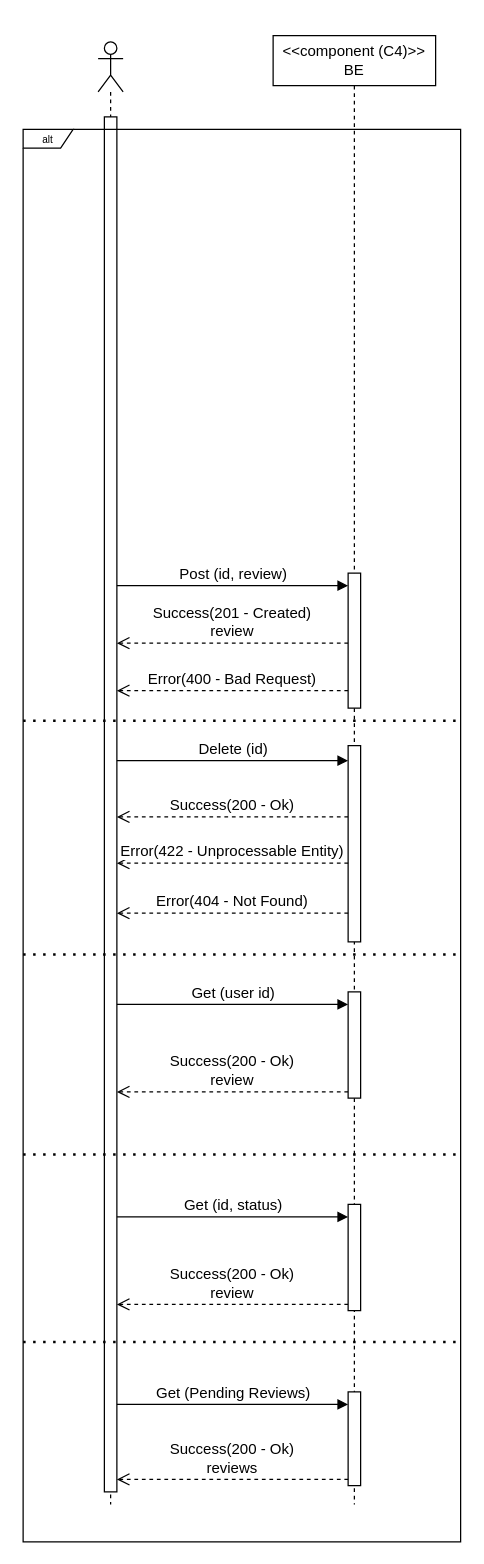
Before: page "Página-16" (16 of 21) of drawio/acme_documentation.drawio in andre34gomes/ARQSOFT, a draw.io diagram. Source tidied: cells renumbered, new cells numbered last; positions are measured from the earlier drawing's top-left corner, leaving out a move shared by most shapes. Both pictures are drawn from the tidied source at 125%, with x=0, y=0 at pixel (22, 35).
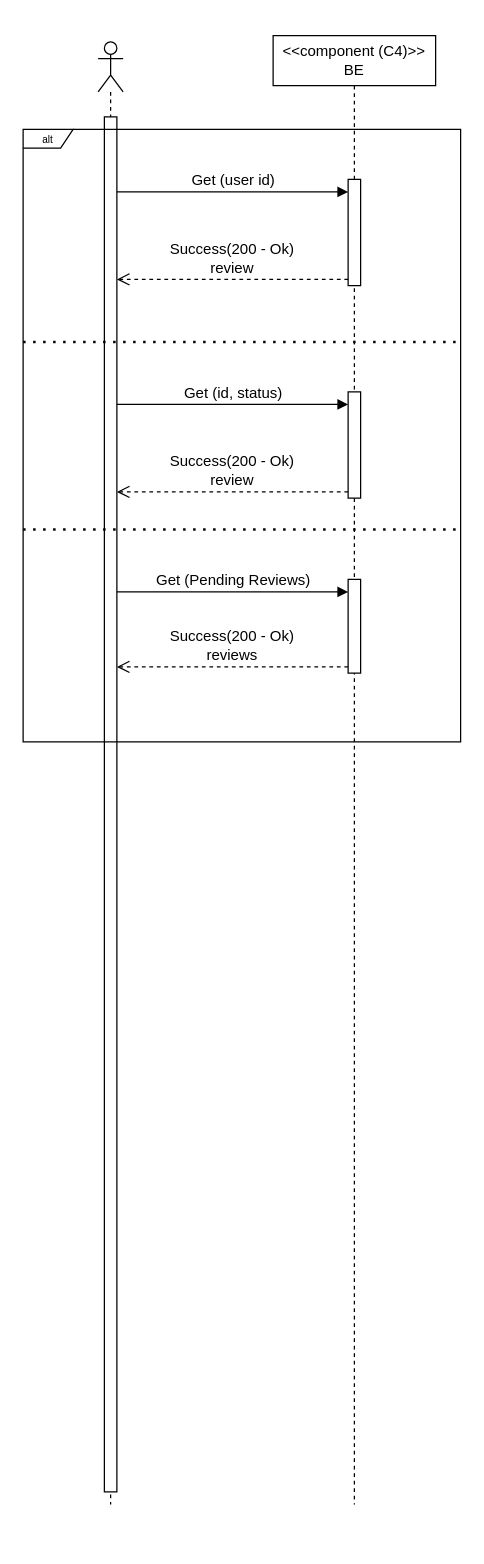
Above is the later version.

Unchanged cells that the change refers to:
```xml
<mxCell id="4" value="&amp;lt;&amp;lt;component (C4)&amp;gt;&amp;gt;&lt;br&gt;BE" style="shape=umlLifeline;perimeter=lifelinePerimeter;whiteSpace=wrap;html=1;newEdgeStyle={&quot;edgeStyle&quot;:&quot;elbowEdgeStyle&quot;,&quot;elbow&quot;:&quot;vertical&quot;,&quot;curved&quot;:0,&quot;rounded&quot;:0};strokeColor=default;align=center;verticalAlign=middle;fontFamily=Helvetica;fontSize=12;fontColor=default;fillColor=default;" parent="1" vertex="1">
  <mxGeometry x="200" width="130" height="1175" as="geometry" />
</mxCell>
```

Diff of the diagram source:
```diff
@@
+    <mxCell id="16" value="alt" style="shape=umlFrame;whiteSpace=wrap;html=1;strokeColor=default;align=center;verticalAlign=middle;fontFamily=Helvetica;fontSize=8;fontColor=default;fillColor=default;width=40;height=15;" parent="1" vertex="1">
+      <mxGeometry y="75" width="350" height="490" as="geometry" />
+    </mxCell>
-    <mxCell id="5" value="Get (user id)" style="html=1;verticalAlign=bottom;endArrow=block;curved=0;rounded=0;fontFamily=Helvetica;fontSize=12;fontColor=default;" parent="4" edge="1">
+    <mxCell id="5" value="Get (user id)" style="html=1;verticalAlign=bottom;endArrow=block;curved=0;rounded=0;fontFamily=Helvetica;fontSize=12;fontColor=default;" parent="1" edge="1">
       <mxGeometry relative="1" as="geometry">
-        <mxPoint x="-125" y="775" as="sourcePoint" />
-        <mxPoint x="60" y="775" as="targetPoint" />
+        <mxPoint x="75" y="125" as="sourcePoint" />
+        <mxPoint x="260" y="125" as="targetPoint" />
       </mxGeometry>
     </mxCell>
-    <mxCell id="6" value="Success(200 - Ok)&lt;br&gt;review" style="html=1;verticalAlign=bottom;endArrow=open;dashed=1;endSize=8;curved=0;rounded=0;fontFamily=Helvetica;fontSize=12;fontColor=default;" parent="4" edge="1">
+    <mxCell id="6" value="Success(200 - Ok)&lt;br&gt;review" style="html=1;verticalAlign=bottom;endArrow=open;dashed=1;endSize=8;curved=0;rounded=0;fontFamily=Helvetica;fontSize=12;fontColor=default;" parent="1" edge="1">
       <mxGeometry relative="1" as="geometry">
-        <mxPoint x="60" y="845" as="sourcePoint" />
-        <mxPoint x="-125" y="845" as="targetPoint" />
+        <mxPoint x="260" y="195" as="sourcePoint" />
+        <mxPoint x="75" y="195" as="targetPoint" />
       </mxGeometry>
     </mxCell>
-    <mxCell id="7" style="html=1;verticalAlign=bottom;endArrow=open;dashed=1;endSize=8;curved=0;rounded=0;fontFamily=Helvetica;fontSize=12;fontColor=default;" parent="4" edge="1" target="8">
+    <mxCell id="7" style="html=1;verticalAlign=bottom;endArrow=open;dashed=1;endSize=8;curved=0;rounded=0;fontFamily=Helvetica;fontSize=12;fontColor=default;" parent="1" edge="1" target="8">
       <mxGeometry relative="1" as="geometry">
-        <mxPoint x="60" y="824" as="sourcePoint" />
+        <mxPoint x="260" y="174" as="sourcePoint" />
       </mxGeometry>
     </mxCell>
-    <mxCell id="8" style="html=1;points=[[0,0,0,0,5],[0,1,0,0,-5],[1,0,0,0,5],[1,1,0,0,-5]];perimeter=orthogonalPerimeter;outlineConnect=0;targetShapes=umlLifeline;portConstraint=eastwest;newEdgeStyle={&quot;curved&quot;:0,&quot;rounded&quot;:0};strokeColor=default;align=center;verticalAlign=middle;fontFamily=Helvetica;fontSize=12;fontColor=default;fillColor=default;" parent="4" vertex="1">
-      <mxGeometry x="60" y="765" width="10" height="85" as="geometry" />
+    <mxCell id="8" style="html=1;points=[[0,0,0,0,5],[0,1,0,0,-5],[1,0,0,0,5],[1,1,0,0,-5]];perimeter=orthogonalPerimeter;outlineConnect=0;targetShapes=umlLifeline;portConstraint=eastwest;newEdgeStyle={&quot;curved&quot;:0,&quot;rounded&quot;:0};strokeColor=default;align=center;verticalAlign=middle;fontFamily=Helvetica;fontSize=12;fontColor=default;fillColor=default;" parent="1" vertex="1">
+      <mxGeometry x="260" y="115" width="10" height="85" as="geometry" />
     </mxCell>
-    <mxCell id="9" value="Get (id, status)" style="html=1;verticalAlign=bottom;endArrow=block;curved=0;rounded=0;fontFamily=Helvetica;fontSize=12;fontColor=default;" parent="4" edge="1">
+    <mxCell id="9" value="Get (id, status)" style="html=1;verticalAlign=bottom;endArrow=block;curved=0;rounded=0;fontFamily=Helvetica;fontSize=12;fontColor=default;" parent="1" edge="1">
       <mxGeometry relative="1" as="geometry">
-        <mxPoint x="-125" y="945" as="sourcePoint" />
-        <mxPoint x="60" y="945" as="targetPoint" />
+        <mxPoint x="75" y="295" as="sourcePoint" />
+        <mxPoint x="260" y="295" as="targetPoint" />
       </mxGeometry>
     </mxCell>
-    <mxCell id="10" value="Success(200 - Ok)&lt;br&gt;review" style="html=1;verticalAlign=bottom;endArrow=open;dashed=1;endSize=8;curved=0;rounded=0;fontFamily=Helvetica;fontSize=12;fontColor=default;" parent="4" edge="1">
+    <mxCell id="10" value="Success(200 - Ok)&lt;br&gt;review" style="html=1;verticalAlign=bottom;endArrow=open;dashed=1;endSize=8;curved=0;rounded=0;fontFamily=Helvetica;fontSize=12;fontColor=default;" parent="1" edge="1">
       <mxGeometry relative="1" as="geometry">
-        <mxPoint x="60" y="1015" as="sourcePoint" />
-        <mxPoint x="-125" y="1015" as="targetPoint" />
+        <mxPoint x="260" y="365" as="sourcePoint" />
+        <mxPoint x="75" y="365" as="targetPoint" />
       </mxGeometry>
     </mxCell>
-    <mxCell id="11" style="html=1;verticalAlign=bottom;endArrow=open;dashed=1;endSize=8;curved=0;rounded=0;fontFamily=Helvetica;fontSize=12;fontColor=default;" parent="4" edge="1" target="12">
+    <mxCell id="11" style="html=1;verticalAlign=bottom;endArrow=open;dashed=1;endSize=8;curved=0;rounded=0;fontFamily=Helvetica;fontSize=12;fontColor=default;" parent="1" edge="1" target="12">
       <mxGeometry relative="1" as="geometry">
-        <mxPoint x="60" y="994" as="sourcePoint" />
+        <mxPoint x="260" y="344" as="sourcePoint" />
       </mxGeometry>
     </mxCell>
-    <mxCell id="12" style="html=1;points=[[0,0,0,0,5],[0,1,0,0,-5],[1,0,0,0,5],[1,1,0,0,-5]];perimeter=orthogonalPerimeter;outlineConnect=0;targetShapes=umlLifeline;portConstraint=eastwest;newEdgeStyle={&quot;curved&quot;:0,&quot;rounded&quot;:0};strokeColor=default;align=center;verticalAlign=middle;fontFamily=Helvetica;fontSize=12;fontColor=default;fillColor=default;" parent="4" vertex="1">
-      <mxGeometry x="60" y="935" width="10" height="85" as="geometry" />
+    <mxCell id="12" style="html=1;points=[[0,0,0,0,5],[0,1,0,0,-5],[1,0,0,0,5],[1,1,0,0,-5]];perimeter=orthogonalPerimeter;outlineConnect=0;targetShapes=umlLifeline;portConstraint=eastwest;newEdgeStyle={&quot;curved&quot;:0,&quot;rounded&quot;:0};strokeColor=default;align=center;verticalAlign=middle;fontFamily=Helvetica;fontSize=12;fontColor=default;fillColor=default;" parent="1" vertex="1">
+      <mxGeometry x="260" y="285" width="10" height="85" as="geometry" />
     </mxCell>
-    <mxCell id="13" value="Get (Pending Reviews)" style="html=1;verticalAlign=bottom;endArrow=block;curved=0;rounded=0;fontFamily=Helvetica;fontSize=12;fontColor=default;" parent="4" edge="1">
+    <mxCell id="13" value="Get (Pending Reviews)" style="html=1;verticalAlign=bottom;endArrow=block;curved=0;rounded=0;fontFamily=Helvetica;fontSize=12;fontColor=default;" parent="1" edge="1">
       <mxGeometry relative="1" as="geometry">
-        <mxPoint x="-125" y="1095" as="sourcePoint" />
-        <mxPoint x="60" y="1095" as="targetPoint" />
+        <mxPoint x="75" y="445" as="sourcePoint" />
+        <mxPoint x="260" y="445" as="targetPoint" />
       </mxGeometry>
     </mxCell>
-    <mxCell id="14" style="html=1;verticalAlign=bottom;endArrow=open;dashed=1;endSize=8;curved=0;rounded=0;fontFamily=Helvetica;fontSize=12;fontColor=default;" parent="4" edge="1" target="15">
+    <mxCell id="14" style="html=1;verticalAlign=bottom;endArrow=open;dashed=1;endSize=8;curved=0;rounded=0;fontFamily=Helvetica;fontSize=12;fontColor=default;" parent="1" edge="1" target="15">
       <mxGeometry relative="1" as="geometry">
-        <mxPoint x="60" y="1144" as="sourcePoint" />
+        <mxPoint x="260" y="494" as="sourcePoint" />
       </mxGeometry>
     </mxCell>
-    <mxCell id="15" style="html=1;points=[[0,0,0,0,5],[0,1,0,0,-5],[1,0,0,0,5],[1,1,0,0,-5]];perimeter=orthogonalPerimeter;outlineConnect=0;targetShapes=umlLifeline;portConstraint=eastwest;newEdgeStyle={&quot;curved&quot;:0,&quot;rounded&quot;:0};strokeColor=default;align=center;verticalAlign=middle;fontFamily=Helvetica;fontSize=12;fontColor=default;fillColor=default;" parent="4" vertex="1">
-      <mxGeometry x="60" y="1085" width="10" height="75" as="geometry" />
+    <mxCell id="15" style="html=1;points=[[0,0,0,0,5],[0,1,0,0,-5],[1,0,0,0,5],[1,1,0,0,-5]];perimeter=orthogonalPerimeter;outlineConnect=0;targetShapes=umlLifeline;portConstraint=eastwest;newEdgeStyle={&quot;curved&quot;:0,&quot;rounded&quot;:0};strokeColor=default;align=center;verticalAlign=middle;fontFamily=Helvetica;fontSize=12;fontColor=default;fillColor=default;" parent="1" vertex="1">
+      <mxGeometry x="260" y="435" width="10" height="75" as="geometry" />
     </mxCell>
-    <mxCell id="16" value="alt" style="shape=umlFrame;whiteSpace=wrap;html=1;strokeColor=default;align=center;verticalAlign=middle;fontFamily=Helvetica;fontSize=8;fontColor=default;fillColor=default;width=40;height=15;" parent="1" vertex="1">
-      <mxGeometry y="75" width="350" height="1130" as="geometry" />
-    </mxCell>
-    <mxCell id="17" value="Post (id, review)" style="html=1;verticalAlign=bottom;endArrow=block;curved=0;rounded=0;fontFamily=Helvetica;fontSize=12;fontColor=default;" parent="1" edge="1">
-      <mxGeometry relative="1" as="geometry">
-        <mxPoint x="75" y="440" as="sourcePoint" />
-        <mxPoint x="260" y="440" as="targetPoint" />
-      </mxGeometry>
-    </mxCell>
-    <mxCell id="18" value="Delete (id)" style="html=1;verticalAlign=bottom;endArrow=block;curved=0;rounded=0;fontFamily=Helvetica;fontSize=12;fontColor=default;" parent="1" edge="1">
-      <mxGeometry relative="1" as="geometry">
-        <mxPoint x="75" y="580" as="sourcePoint" />
-        <mxPoint x="260" y="580" as="targetPoint" />
-      </mxGeometry>
-    </mxCell>
-    <mxCell id="19" value="Success(201 - Created)&lt;br&gt;review" style="html=1;verticalAlign=bottom;endArrow=open;dashed=1;endSize=8;curved=0;rounded=0;fontFamily=Helvetica;fontSize=12;fontColor=default;" parent="1" edge="1">
-      <mxGeometry relative="1" as="geometry">
-        <mxPoint x="260" y="486" as="sourcePoint" />
-        <mxPoint x="75" y="486" as="targetPoint" />
-      </mxGeometry>
-    </mxCell>
-    <mxCell id="20" value="Error(400 - Bad Request)" style="html=1;verticalAlign=bottom;endArrow=open;dashed=1;endSize=8;curved=0;rounded=0;fontFamily=Helvetica;fontSize=12;fontColor=default;" parent="1" edge="1">
-      <mxGeometry relative="1" as="geometry">
-        <mxPoint x="260" y="524" as="sourcePoint" />
-        <mxPoint x="75" y="524" as="targetPoint" />
-      </mxGeometry>
-    </mxCell>
-    <mxCell id="21" value="Success(200 - Ok)" style="html=1;verticalAlign=bottom;endArrow=open;dashed=1;endSize=8;curved=0;rounded=0;fontFamily=Helvetica;fontSize=12;fontColor=default;" parent="1" edge="1">
-      <mxGeometry relative="1" as="geometry">
-        <mxPoint x="260" y="625" as="sourcePoint" />
-        <mxPoint x="75" y="625" as="targetPoint" />
-      </mxGeometry>
-    </mxCell>
-    <mxCell id="22" style="html=1;perimeter=orthogonalPerimeter;targetShapes=umlLifeline;newEdgeStyle={&quot;curved&quot;:0,&quot;rounded&quot;:0};strokeColor=default;align=center;verticalAlign=middle;fontFamily=Helvetica;fontSize=12;fontColor=default;fillColor=default;" parent="1" vertex="1">
-      <mxGeometry x="260" y="430" width="10" height="108" as="geometry" />
-    </mxCell>
-    <mxCell id="23" style="html=1;perimeter=orthogonalPerimeter;targetShapes=umlLifeline;newEdgeStyle={&quot;curved&quot;:0,&quot;rounded&quot;:0};strokeColor=default;align=center;verticalAlign=middle;fontFamily=Helvetica;fontSize=12;fontColor=default;fillColor=default;" parent="1" vertex="1">
-      <mxGeometry x="260" y="568" width="10" height="157" as="geometry" />
-    </mxCell>
-    <mxCell id="24" style="endArrow=none;dashed=1;html=1;dashPattern=1 3;strokeWidth=2;rounded=0;entryX=1.003;entryY=0.152;entryDx=0;entryDy=0;entryPerimeter=0;" parent="1" edge="1">
-      <mxGeometry relative="1" as="geometry">
-        <mxPoint y="548" as="sourcePoint" />
-        <mxPoint x="350" y="548.1" as="targetPoint" />
-      </mxGeometry>
-    </mxCell>
-    <mxCell id="25" style="endArrow=none;dashed=1;html=1;dashPattern=1 3;strokeWidth=2;rounded=0;entryX=1.003;entryY=0.152;entryDx=0;entryDy=0;entryPerimeter=0;" parent="1" edge="1">
-      <mxGeometry relative="1" as="geometry">
-        <mxPoint y="735" as="sourcePoint" />
-        <mxPoint x="350" y="735.1" as="targetPoint" />
-      </mxGeometry>
-    </mxCell>
     <mxCell id="26" style="endArrow=none;dashed=1;html=1;dashPattern=1 3;strokeWidth=2;rounded=0;entryX=1.003;entryY=0.152;entryDx=0;entryDy=0;entryPerimeter=0;" parent="1" edge="1">
       <mxGeometry relative="1" as="geometry">
-        <mxPoint y="895" as="sourcePoint" />
-        <mxPoint x="350" y="895.1" as="targetPoint" />
+        <mxPoint y="245" as="sourcePoint" />
+        <mxPoint x="350" y="245.1" as="targetPoint" />
       </mxGeometry>
     </mxCell>
-    <mxCell id="27" value="Error(422 - Unprocessable Entity)" style="html=1;verticalAlign=bottom;endArrow=open;dashed=1;endSize=8;curved=0;rounded=0;fontFamily=Helvetica;fontSize=12;fontColor=default;" parent="1" edge="1">
-      <mxGeometry relative="1" as="geometry">
-        <mxPoint x="260" y="662" as="sourcePoint" />
-        <mxPoint x="75" y="662" as="targetPoint" />
-      </mxGeometry>
-    </mxCell>
-    <mxCell id="28" value="Error(404 - Not Found)" style="html=1;verticalAlign=bottom;endArrow=open;dashed=1;endSize=8;curved=0;rounded=0;fontFamily=Helvetica;fontSize=12;fontColor=default;" parent="1" edge="1">
-      <mxGeometry relative="1" as="geometry">
-        <mxPoint x="260" y="702" as="sourcePoint" />
-        <mxPoint x="75" y="702" as="targetPoint" />
-      </mxGeometry>
-    </mxCell>
     <mxCell id="29" value="Success(200 - Ok)&lt;br&gt;reviews" style="html=1;verticalAlign=bottom;endArrow=open;dashed=1;endSize=8;curved=0;rounded=0;fontFamily=Helvetica;fontSize=12;fontColor=default;" parent="1" edge="1">
       <mxGeometry relative="1" as="geometry">
-        <mxPoint x="260" y="1155" as="sourcePoint" />
-        <mxPoint x="75" y="1155" as="targetPoint" />
+        <mxPoint x="260" y="505" as="sourcePoint" />
+        <mxPoint x="75" y="505" as="targetPoint" />
       </mxGeometry>
     </mxCell>
     <mxCell id="30" style="endArrow=none;dashed=1;html=1;dashPattern=1 3;strokeWidth=2;rounded=0;entryX=1.003;entryY=0.152;entryDx=0;entryDy=0;entryPerimeter=0;" parent="1" edge="1">
       <mxGeometry relative="1" as="geometry">
-        <mxPoint y="1045" as="sourcePoint" />
-        <mxPoint x="350" y="1045.1" as="targetPoint" />
+        <mxPoint y="395" as="sourcePoint" />
+        <mxPoint x="350" y="395.1" as="targetPoint" />
       </mxGeometry>
     </mxCell>
```
